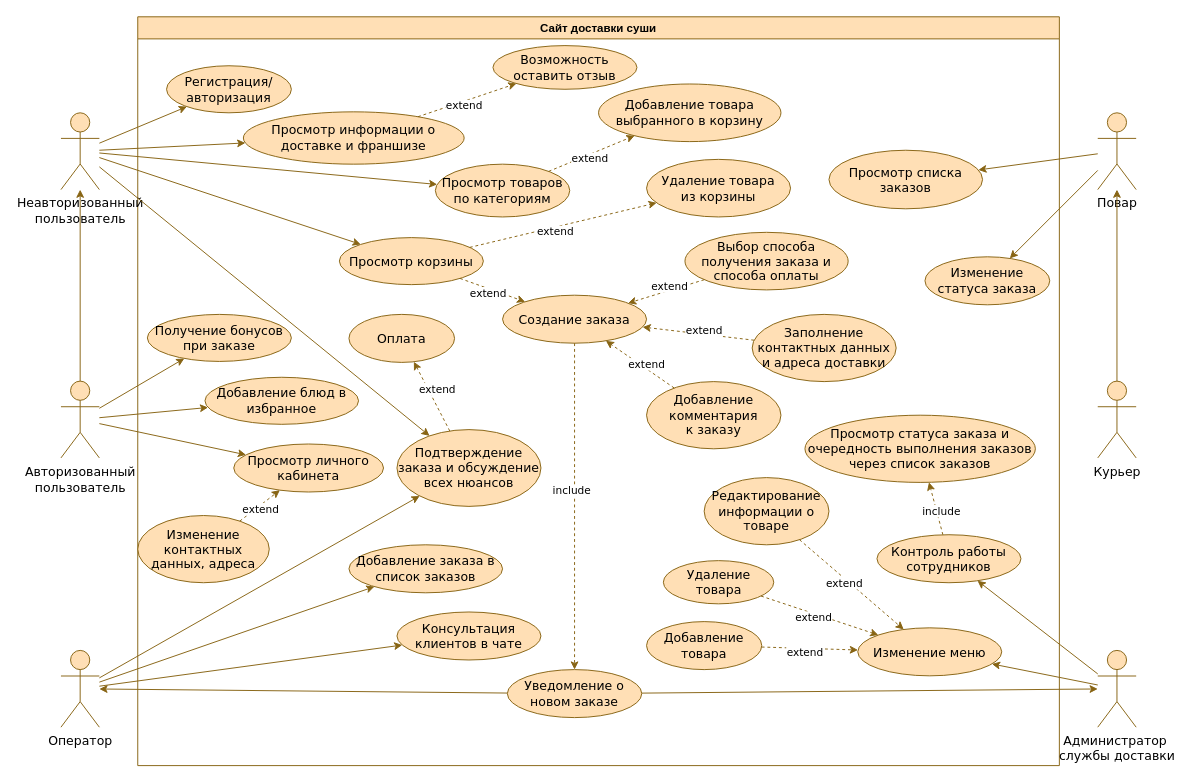
Karidess/Usecase_diagramma keeps this draw.io diagram as Диаграмма доставки суши.drawio. Above is the earlier version. Source tidied: cells renumbered, new cells numbered last; positions are measured from the earlier drawing's top-left corner, leaving out a move shared by most shapes. Both pictures are drawn from the tidied source at 96%, with x=0, y=0 at pixel (60, 16).
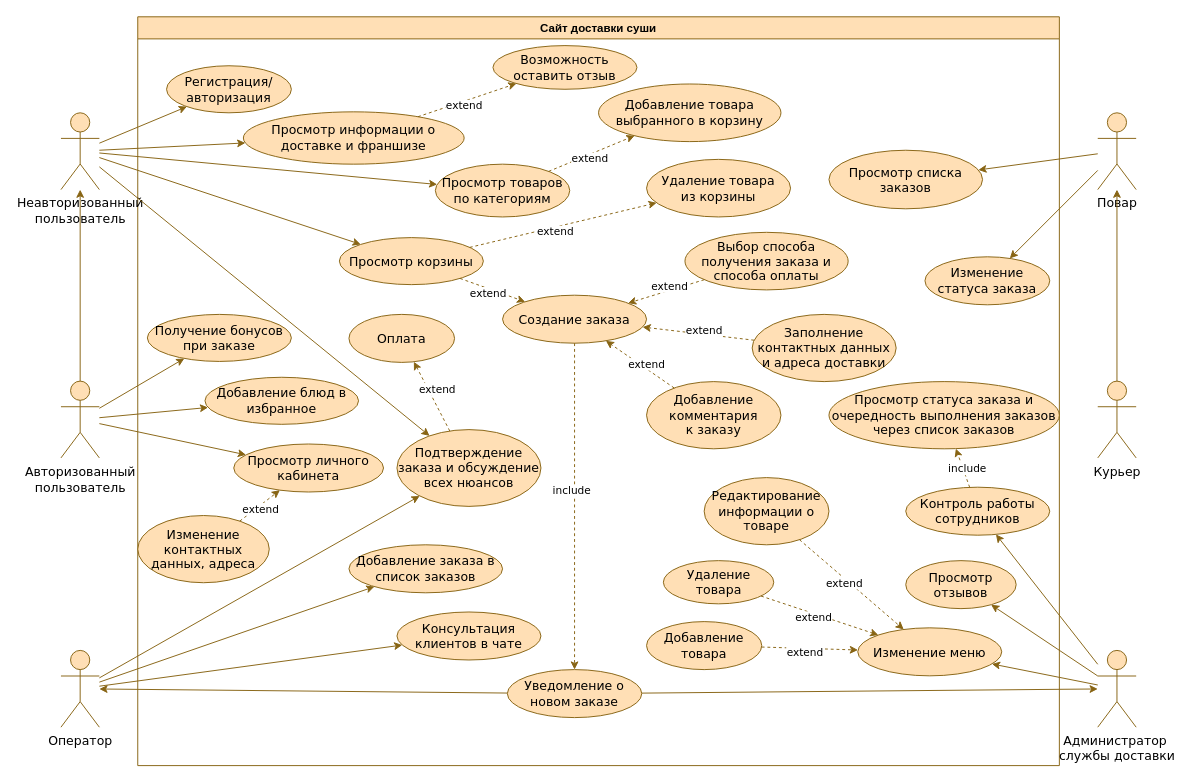
Above is the later version.

Unchanged cells that the change refers to:
```xml
<mxCell id="2" value="Сайт доставки суши" style="swimlane;whiteSpace=wrap;html=1;fillColor=#FFDFB5;strokeColor=#876413;" parent="1" vertex="1">
  <mxGeometry x="80" width="960" height="780" as="geometry" />
</mxCell>
<mxCell id="63" value="Администратор&amp;nbsp;&lt;br&gt;службы доставки" style="shape=umlActor;verticalLabelPosition=bottom;verticalAlign=top;html=1;outlineConnect=0;strokeColor=#876413;fontFamily=Verdana;fontSize=13;fillColor=#FFDFB5;" parent="1" vertex="1">
  <mxGeometry x="1080" y="660" width="40" height="80" as="geometry" />
</mxCell>
```

The edit, as a diff of the source:
```diff
@@
     <mxCell id="13" value="&lt;span style=&quot;font-family: Verdana; font-size: 13px;&quot;&gt;Контроль работы сотрудников&lt;/span&gt;" style="ellipse;whiteSpace=wrap;html=1;strokeColor=#876413;fillColor=#FFDFB5;" parent="2" vertex="1">
-      <mxGeometry x="770" y="539.5" width="150" height="50" as="geometry" />
+      <mxGeometry x="800" y="490" width="150" height="50" as="geometry" />
     </mxCell>
@@
     <mxCell id="44" value="&lt;font face=&quot;Verdana&quot;&gt;&lt;span style=&quot;font-size: 13px;&quot;&gt;Просмотр статуса заказа и очередность выполнения заказов через список заказов&lt;/span&gt;&lt;/font&gt;" style="ellipse;whiteSpace=wrap;html=1;strokeColor=#876413;fillColor=#FFDFB5;" parent="2" vertex="1">
-      <mxGeometry x="695" y="415" width="240" height="70" as="geometry" />
+      <mxGeometry x="720" y="380" width="240" height="70" as="geometry" />
     </mxCell>
@@
+    <mxCell id="84" value="&lt;font face=&quot;Verdana&quot;&gt;&lt;span style=&quot;font-size: 13px;&quot;&gt;Просмотр отзывов&lt;/span&gt;&lt;/font&gt;" style="ellipse;whiteSpace=wrap;html=1;strokeColor=#876413;fillColor=#FFDFB5;" parent="2" vertex="1">
+      <mxGeometry x="800" y="566.5" width="115" height="50" as="geometry" />
+    </mxCell>
@@
+    <mxCell id="85" style="endArrow=classic;html=1;rounded=0;fontFamily=Verdana;fontSize=13;strokeColor=#876413;strokeWidth=1;" parent="1" edge="1" source="63" target="84">
+      <mxGeometry relative="1" as="geometry" />
+    </mxCell>
```
